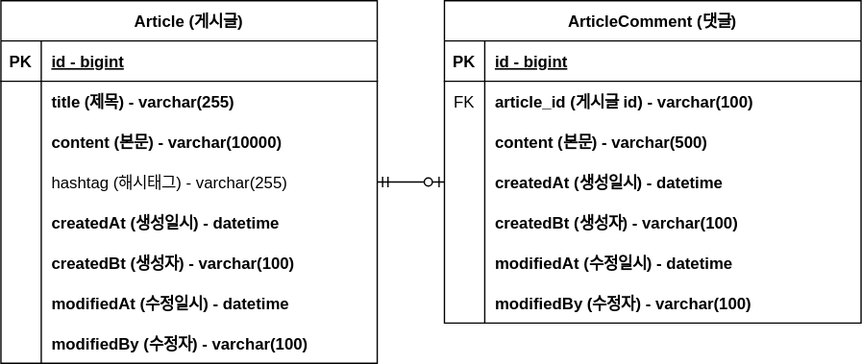
Above: document/project-board-erd.svg in thinkp0907/fastcampus-project-board (draw.io), before the change. Source tidied: cells renumbered, new cells last; positions are measured from the earlier drawing's top-left corner, leaving out a move shared by most shapes.
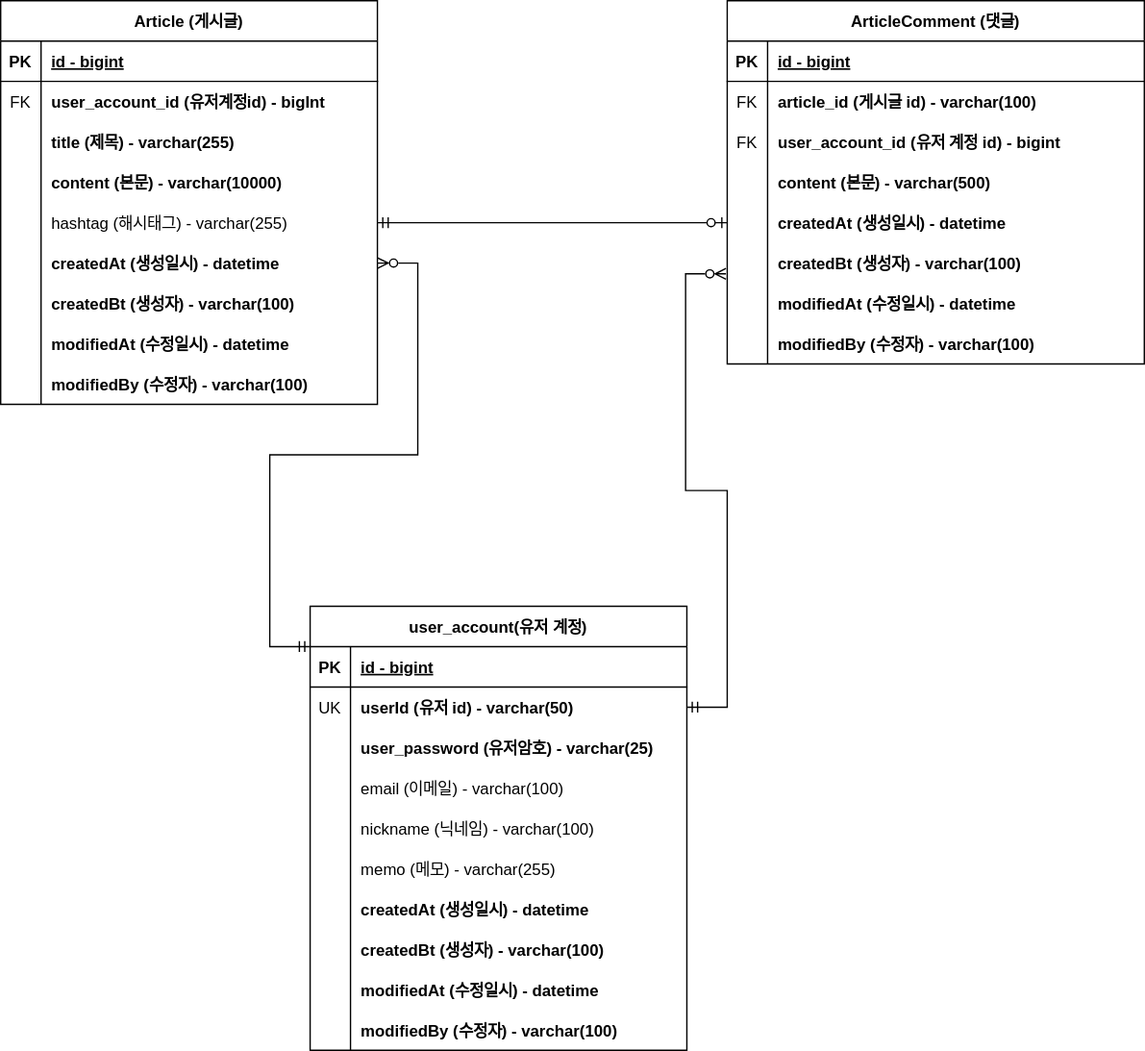
The same diagram one commit later.

Commit message:
#17 - 회원 계정 도메인 구현 및 erd 반영

What changed in the source:
```diff
@@ -3,7 +3,7 @@
     <mxCell id="0" />
     <mxCell id="1" parent="0" />
     <mxCell id="2" value="Article (게시글)" style="shape=table;startSize=30;rowLines=0;fontStyle=1;align=center;" parent="1" vertex="1">
-      <mxGeometry width="280" height="270" as="geometry" />
+      <mxGeometry x="-80" y="-100" width="280" height="300" as="geometry" />
     </mxCell>
     <mxCell id="3" style="shape=partialRectangle;fillColor=none;top=0;left=0;right=0;bottom=1;" parent="2" vertex="1">
       <mxGeometry y="30" width="280" height="30" as="geometry" />
@@ -14,8 +14,17 @@
     <mxCell id="5" value="id - bigint" style="shape=partialRectangle;overflow=hidden;fillColor=none;top=0;left=0;bottom=0;right=0;align=left;spacingLeft=6;fontStyle=5;" parent="3" vertex="1">
       <mxGeometry x="30" width="250" height="30" as="geometry" />
     </mxCell>
+    <mxCell id="50" style="shape=partialRectangle;fillColor=none;top=0;left=0;right=0;bottom=0;" parent="2" vertex="1">
+      <mxGeometry y="60" width="280" height="30" as="geometry" />
+    </mxCell>
+    <mxCell id="51" value="FK" style="shape=partialRectangle;overflow=hidden;fillColor=none;top=0;left=0;bottom=0;right=0;" parent="50" vertex="1">
+      <mxGeometry width="30" height="30" as="geometry" />
+    </mxCell>
+    <mxCell id="52" value="user_account_id (유저계정id) - bigInt" style="shape=partialRectangle;overflow=hidden;fillColor=none;top=0;left=0;bottom=0;right=0;align=left;spacingLeft=6;fontStyle=1;" parent="50" vertex="1">
+      <mxGeometry x="30" width="250" height="30" as="geometry" />
+    </mxCell>
     <mxCell id="6" style="shape=partialRectangle;fillColor=none;top=0;left=0;right=0;bottom=0;" parent="2" vertex="1">
-      <mxGeometry y="60" width="280" height="30" as="geometry" />
+      <mxGeometry y="90" width="280" height="30" as="geometry" />
     </mxCell>
     <mxCell id="7" style="shape=partialRectangle;overflow=hidden;fillColor=none;top=0;left=0;bottom=0;right=0;" parent="6" vertex="1">
       <mxGeometry width="30" height="30" as="geometry" />
@@ -24,7 +33,7 @@
       <mxGeometry x="30" width="250" height="30" as="geometry" />
     </mxCell>
     <mxCell id="9" style="shape=partialRectangle;fillColor=none;top=0;left=0;right=0;bottom=0;" parent="2" vertex="1">
-      <mxGeometry y="90" width="280" height="30" as="geometry" />
+      <mxGeometry y="120" width="280" height="30" as="geometry" />
     </mxCell>
     <mxCell id="10" style="shape=partialRectangle;overflow=hidden;fillColor=none;top=0;left=0;bottom=0;right=0;" parent="9" vertex="1">
       <mxGeometry width="30" height="30" as="geometry" />
@@ -33,7 +42,7 @@
       <mxGeometry x="30" width="250" height="30" as="geometry" />
     </mxCell>
     <mxCell id="12" style="shape=partialRectangle;fillColor=none;points=[[0,0.5],[1,0.5]];portConstraint=eastwest;top=0;left=0;right=0;bottom=0;" parent="2" vertex="1">
-      <mxGeometry y="120" width="280" height="30" as="geometry" />
+      <mxGeometry y="150" width="280" height="30" as="geometry" />
     </mxCell>
     <mxCell id="13" value="   " style="shape=partialRectangle;overflow=hidden;fillColor=none;top=0;left=0;bottom=0;right=0;" parent="12" vertex="1">
       <mxGeometry width="30" height="30" as="geometry" />
@@ -42,7 +51,7 @@
       <mxGeometry x="30" width="250" height="30" as="geometry" />
     </mxCell>
     <mxCell id="15" style="shape=partialRectangle;fillColor=none;points=[[0,0.5],[1,0.5]];portConstraint=eastwest;top=0;left=0;right=0;bottom=0;" parent="2" vertex="1">
-      <mxGeometry y="150" width="280" height="30" as="geometry" />
+      <mxGeometry y="180" width="280" height="30" as="geometry" />
     </mxCell>
     <mxCell id="16" value="   " style="shape=partialRectangle;overflow=hidden;fillColor=none;top=0;left=0;bottom=0;right=0;" parent="15" vertex="1">
       <mxGeometry width="30" height="30" as="geometry" />
@@ -51,7 +60,7 @@
       <mxGeometry x="30" width="250" height="30" as="geometry" />
     </mxCell>
     <mxCell id="18" style="shape=partialRectangle;fillColor=none;top=0;left=0;right=0;bottom=0;" parent="2" vertex="1">
-      <mxGeometry y="180" width="280" height="30" as="geometry" />
+      <mxGeometry y="210" width="280" height="30" as="geometry" />
     </mxCell>
     <mxCell id="19" value="   " style="shape=partialRectangle;overflow=hidden;fillColor=none;top=0;left=0;bottom=0;right=0;" parent="18" vertex="1">
       <mxGeometry width="30" height="30" as="geometry" />
@@ -60,7 +69,7 @@
       <mxGeometry x="30" width="250" height="30" as="geometry" />
     </mxCell>
     <mxCell id="21" style="shape=partialRectangle;fillColor=none;top=0;left=0;right=0;bottom=0;" parent="2" vertex="1">
-      <mxGeometry y="210" width="280" height="30" as="geometry" />
+      <mxGeometry y="240" width="280" height="30" as="geometry" />
     </mxCell>
     <mxCell id="22" value="   " style="shape=partialRectangle;overflow=hidden;fillColor=none;top=0;left=0;bottom=0;right=0;" parent="21" vertex="1">
       <mxGeometry width="30" height="30" as="geometry" />
@@ -69,7 +78,7 @@
       <mxGeometry x="30" width="250" height="30" as="geometry" />
     </mxCell>
     <mxCell id="24" style="shape=partialRectangle;fillColor=none;top=0;left=0;right=0;bottom=0;" parent="2" vertex="1">
-      <mxGeometry y="240" width="280" height="30" as="geometry" />
+      <mxGeometry y="270" width="280" height="30" as="geometry" />
     </mxCell>
     <mxCell id="25" value="   " style="shape=partialRectangle;overflow=hidden;fillColor=none;top=0;left=0;bottom=0;right=0;" parent="24" vertex="1">
       <mxGeometry width="30" height="30" as="geometry" />
@@ -78,7 +87,7 @@
       <mxGeometry x="30" width="250" height="30" as="geometry" />
     </mxCell>
     <mxCell id="27" value="ArticleComment (댓글)" style="shape=table;startSize=30;rowLines=0;fontStyle=1;align=center;" parent="1" vertex="1">
-      <mxGeometry x="330" width="310" height="240" as="geometry" />
+      <mxGeometry x="460" y="-100" width="310" height="270" as="geometry" />
     </mxCell>
     <mxCell id="28" style="shape=partialRectangle;fillColor=none;top=0;left=0;right=0;bottom=1;" parent="27" vertex="1">
       <mxGeometry y="30" width="310" height="30" as="geometry" />
@@ -89,17 +98,26 @@
     <mxCell id="30" value="id - bigint" style="shape=partialRectangle;overflow=hidden;fillColor=none;top=0;left=0;bottom=0;right=0;align=left;spacingLeft=6;fontStyle=5;" parent="28" vertex="1">
       <mxGeometry x="30" width="280" height="30" as="geometry" />
     </mxCell>
+    <mxCell id="53" style="shape=partialRectangle;fillColor=none;top=0;left=0;right=0;bottom=0;" parent="27" vertex="1">
+      <mxGeometry y="60" width="310" height="30" as="geometry" />
+    </mxCell>
+    <mxCell id="54" value="FK" style="shape=partialRectangle;overflow=hidden;fillColor=none;top=0;left=0;bottom=0;right=0;" parent="53" vertex="1">
+      <mxGeometry width="30" height="30" as="geometry" />
+    </mxCell>
+    <mxCell id="55" value="article_id (게시글 id) - varchar(100)" style="shape=partialRectangle;overflow=hidden;fillColor=none;top=0;left=0;bottom=0;right=0;align=left;spacingLeft=6;fontStyle=1;" parent="53" vertex="1">
+      <mxGeometry x="30" width="280" height="30" as="geometry" />
+    </mxCell>
     <mxCell id="31" style="shape=partialRectangle;fillColor=none;top=0;left=0;right=0;bottom=0;" parent="27" vertex="1">
-      <mxGeometry y="60" width="310" height="30" as="geometry" />
+      <mxGeometry y="90" width="310" height="30" as="geometry" />
     </mxCell>
     <mxCell id="32" value="FK" style="shape=partialRectangle;overflow=hidden;fillColor=none;top=0;left=0;bottom=0;right=0;" parent="31" vertex="1">
       <mxGeometry width="30" height="30" as="geometry" />
     </mxCell>
-    <mxCell id="33" value="article_id (게시글 id) - varchar(100)" style="shape=partialRectangle;overflow=hidden;fillColor=none;top=0;left=0;bottom=0;right=0;align=left;spacingLeft=6;fontStyle=1;" parent="31" vertex="1">
+    <mxCell id="33" value="user_account_id (유저 계정 id) - bigint" style="shape=partialRectangle;overflow=hidden;fillColor=none;top=0;left=0;bottom=0;right=0;align=left;spacingLeft=6;fontStyle=1;" parent="31" vertex="1">
       <mxGeometry x="30" width="280" height="30" as="geometry" />
     </mxCell>
     <mxCell id="34" style="shape=partialRectangle;fillColor=none;top=0;left=0;right=0;bottom=0;" parent="27" vertex="1">
-      <mxGeometry y="90" width="310" height="30" as="geometry" />
+      <mxGeometry y="120" width="310" height="30" as="geometry" />
     </mxCell>
     <mxCell id="35" style="shape=partialRectangle;overflow=hidden;fillColor=none;top=0;left=0;bottom=0;right=0;" parent="34" vertex="1">
       <mxGeometry width="30" height="30" as="geometry" />
@@ -108,7 +126,7 @@
       <mxGeometry x="30" width="280" height="30" as="geometry" />
     </mxCell>
     <mxCell id="37" style="shape=partialRectangle;fillColor=none;points=[[0,0.5],[1,0.5]];portConstraint=eastwest;top=0;left=0;right=0;bottom=0;" parent="27" vertex="1">
-      <mxGeometry y="120" width="310" height="30" as="geometry" />
+      <mxGeometry y="150" width="310" height="30" as="geometry" />
     </mxCell>
     <mxCell id="38" value="   " style="shape=partialRectangle;overflow=hidden;fillColor=none;top=0;left=0;bottom=0;right=0;" parent="37" vertex="1">
       <mxGeometry width="30" height="30" as="geometry" />
@@ -117,7 +135,7 @@
       <mxGeometry x="30" width="280" height="30" as="geometry" />
     </mxCell>
     <mxCell id="40" style="shape=partialRectangle;fillColor=none;points=[[0,0.5],[1,0.5]];portConstraint=eastwest;top=0;left=0;right=0;bottom=0;" parent="27" vertex="1">
-      <mxGeometry y="150" width="310" height="30" as="geometry" />
+      <mxGeometry y="180" width="310" height="30" as="geometry" />
     </mxCell>
     <mxCell id="41" value="   " style="shape=partialRectangle;overflow=hidden;fillColor=none;top=0;left=0;bottom=0;right=0;" parent="40" vertex="1">
       <mxGeometry width="30" height="30" as="geometry" />
@@ -126,7 +144,7 @@
       <mxGeometry x="30" width="280" height="30" as="geometry" />
     </mxCell>
     <mxCell id="43" style="shape=partialRectangle;fillColor=none;top=0;left=0;right=0;bottom=0;" parent="27" vertex="1">
-      <mxGeometry y="180" width="310" height="30" as="geometry" />
+      <mxGeometry y="210" width="310" height="30" as="geometry" />
     </mxCell>
     <mxCell id="44" value="   " style="shape=partialRectangle;overflow=hidden;fillColor=none;top=0;left=0;bottom=0;right=0;" parent="43" vertex="1">
       <mxGeometry width="30" height="30" as="geometry" />
@@ -135,7 +153,7 @@
       <mxGeometry x="30" width="280" height="30" as="geometry" />
     </mxCell>
     <mxCell id="46" style="shape=partialRectangle;fillColor=none;top=0;left=0;right=0;bottom=0;" parent="27" vertex="1">
-      <mxGeometry y="210" width="310" height="30" as="geometry" />
+      <mxGeometry y="240" width="310" height="30" as="geometry" />
     </mxCell>
     <mxCell id="47" value="   " style="shape=partialRectangle;overflow=hidden;fillColor=none;top=0;left=0;bottom=0;right=0;" parent="46" vertex="1">
       <mxGeometry width="30" height="30" as="geometry" />
@@ -146,5 +164,106 @@
     <mxCell id="49" style="edgeStyle=entityRelationEdgeStyle;fontSize=12;html=1;endArrow=ERzeroToOne;startArrow=ERmandOne;rounded=0;exitX=1;exitY=0.5;exitDx=0;exitDy=0;entryX=0;entryY=0.5;entryDx=0;entryDy=0;" parent="1" edge="1" source="12" target="37">
       <mxGeometry relative="1" as="geometry" />
     </mxCell>
+    <mxCell id="56" value="user_account(유저 계정)" style="shape=table;startSize=30;rowLines=0;fontStyle=1;align=center;" parent="1" vertex="1">
+      <mxGeometry x="150" y="350" width="280" height="330" as="geometry" />
+    </mxCell>
+    <mxCell id="57" style="shape=partialRectangle;fillColor=none;top=0;left=0;right=0;bottom=1;" parent="56" vertex="1">
+      <mxGeometry y="30" width="280" height="30" as="geometry" />
+    </mxCell>
+    <mxCell id="58" value="PK" style="shape=partialRectangle;overflow=hidden;fillColor=none;top=0;left=0;bottom=0;right=0;fontStyle=1;" parent="57" vertex="1">
+      <mxGeometry width="30" height="30" as="geometry" />
+    </mxCell>
+    <mxCell id="59" value="id - bigint" style="shape=partialRectangle;overflow=hidden;fillColor=none;top=0;left=0;bottom=0;right=0;align=left;spacingLeft=6;fontStyle=5;" parent="57" vertex="1">
+      <mxGeometry x="30" width="250" height="30" as="geometry" />
+    </mxCell>
+    <mxCell id="60" style="shape=partialRectangle;fillColor=none;points=[[0,0.5],[1,0.5]];portConstraint=eastwest;top=0;left=0;right=0;bottom=0;" parent="56" vertex="1">
+      <mxGeometry y="60" width="280" height="30" as="geometry" />
+    </mxCell>
+    <mxCell id="61" value="UK" style="shape=partialRectangle;overflow=hidden;fillColor=none;top=0;left=0;bottom=0;right=0;" parent="60" vertex="1">
+      <mxGeometry width="30" height="30" as="geometry" />
+    </mxCell>
+    <mxCell id="62" value="userId (유저 id) - varchar(50)" style="shape=partialRectangle;overflow=hidden;fillColor=none;top=0;left=0;bottom=0;right=0;align=left;spacingLeft=6;fontStyle=1;" parent="60" vertex="1">
+      <mxGeometry x="30" width="250" height="30" as="geometry" />
+    </mxCell>
+    <mxCell id="63" style="shape=partialRectangle;fillColor=none;top=0;left=0;right=0;bottom=0;" parent="56" vertex="1">
+      <mxGeometry y="90" width="280" height="30" as="geometry" />
+    </mxCell>
+    <mxCell id="64" style="shape=partialRectangle;overflow=hidden;fillColor=none;top=0;left=0;bottom=0;right=0;" parent="63" vertex="1">
+      <mxGeometry width="30" height="30" as="geometry" />
+    </mxCell>
+    <mxCell id="65" value="user_password (유저암호) - varchar(25)" style="shape=partialRectangle;overflow=hidden;fillColor=none;top=0;left=0;bottom=0;right=0;align=left;spacingLeft=6;fontStyle=1;" parent="63" vertex="1">
+      <mxGeometry x="30" width="250" height="30" as="geometry" />
+    </mxCell>
+    <mxCell id="66" style="shape=partialRectangle;fillColor=none;top=0;left=0;right=0;bottom=0;" parent="56" vertex="1">
+      <mxGeometry y="120" width="280" height="30" as="geometry" />
+    </mxCell>
+    <mxCell id="67" value="   " style="shape=partialRectangle;overflow=hidden;fillColor=none;top=0;left=0;bottom=0;right=0;" parent="66" vertex="1">
+      <mxGeometry width="30" height="30" as="geometry" />
+    </mxCell>
+    <mxCell id="68" value="email (이메일) - varchar(100)" style="shape=partialRectangle;overflow=hidden;fillColor=none;top=0;left=0;bottom=0;right=0;align=left;spacingLeft=6;" parent="66" vertex="1">
+      <mxGeometry x="30" width="250" height="30" as="geometry" />
+    </mxCell>
+    <mxCell id="69" style="shape=partialRectangle;fillColor=none;top=0;left=0;right=0;bottom=0;" parent="56" vertex="1">
+      <mxGeometry y="150" width="280" height="30" as="geometry" />
+    </mxCell>
+    <mxCell id="70" value="   " style="shape=partialRectangle;overflow=hidden;fillColor=none;top=0;left=0;bottom=0;right=0;" parent="69" vertex="1">
+      <mxGeometry width="30" height="30" as="geometry" />
+    </mxCell>
+    <mxCell id="71" value="nickname (닉네임) - varchar(100)" style="shape=partialRectangle;overflow=hidden;fillColor=none;top=0;left=0;bottom=0;right=0;align=left;spacingLeft=6;" parent="69" vertex="1">
+      <mxGeometry x="30" width="250" height="30" as="geometry" />
+    </mxCell>
+    <mxCell id="72" style="shape=partialRectangle;fillColor=none;top=0;left=0;right=0;bottom=0;" parent="56" vertex="1">
+      <mxGeometry y="180" width="280" height="30" as="geometry" />
+    </mxCell>
+    <mxCell id="73" value="   " style="shape=partialRectangle;overflow=hidden;fillColor=none;top=0;left=0;bottom=0;right=0;" parent="72" vertex="1">
+      <mxGeometry width="30" height="30" as="geometry" />
+    </mxCell>
+    <mxCell id="74" value="memo (메모) - varchar(255)" style="shape=partialRectangle;overflow=hidden;fillColor=none;top=0;left=0;bottom=0;right=0;align=left;spacingLeft=6;" parent="72" vertex="1">
+      <mxGeometry x="30" width="250" height="30" as="geometry" />
+    </mxCell>
+    <mxCell id="75" style="shape=partialRectangle;fillColor=none;top=0;left=0;right=0;bottom=0;" parent="56" vertex="1">
+      <mxGeometry y="210" width="280" height="30" as="geometry" />
+    </mxCell>
+    <mxCell id="76" value="   " style="shape=partialRectangle;overflow=hidden;fillColor=none;top=0;left=0;bottom=0;right=0;" parent="75" vertex="1">
+      <mxGeometry width="30" height="30" as="geometry" />
+    </mxCell>
+    <mxCell id="77" value="createdAt (생성일시) - datetime" style="shape=partialRectangle;overflow=hidden;fillColor=none;top=0;left=0;bottom=0;right=0;align=left;spacingLeft=6;fontStyle=1;" parent="75" vertex="1">
+      <mxGeometry x="30" width="250" height="30" as="geometry" />
+    </mxCell>
+    <mxCell id="78" style="shape=partialRectangle;fillColor=none;top=0;left=0;right=0;bottom=0;" parent="56" vertex="1">
+      <mxGeometry y="240" width="280" height="30" as="geometry" />
+    </mxCell>
+    <mxCell id="79" value="   " style="shape=partialRectangle;overflow=hidden;fillColor=none;top=0;left=0;bottom=0;right=0;" parent="78" vertex="1">
+      <mxGeometry width="30" height="30" as="geometry" />
+    </mxCell>
+    <mxCell id="80" value="createdBt (생성자) - varchar(100)" style="shape=partialRectangle;overflow=hidden;fillColor=none;top=0;left=0;bottom=0;right=0;align=left;spacingLeft=6;fontStyle=1;" parent="78" vertex="1">
+      <mxGeometry x="30" width="250" height="30" as="geometry" />
+    </mxCell>
+    <mxCell id="81" style="shape=partialRectangle;fillColor=none;top=0;left=0;right=0;bottom=0;" parent="56" vertex="1">
+      <mxGeometry y="270" width="280" height="30" as="geometry" />
+    </mxCell>
+    <mxCell id="82" value="   " style="shape=partialRectangle;overflow=hidden;fillColor=none;top=0;left=0;bottom=0;right=0;" parent="81" vertex="1">
+      <mxGeometry width="30" height="30" as="geometry" />
+    </mxCell>
+    <mxCell id="83" value="modifiedAt (수정일시) - datetime" style="shape=partialRectangle;overflow=hidden;fillColor=none;top=0;left=0;bottom=0;right=0;align=left;spacingLeft=6;fontStyle=1;" parent="81" vertex="1">
+      <mxGeometry x="30" width="250" height="30" as="geometry" />
+    </mxCell>
+    <mxCell id="84" style="shape=partialRectangle;fillColor=none;top=0;left=0;right=0;bottom=0;" parent="56" vertex="1">
+      <mxGeometry y="300" width="280" height="30" as="geometry" />
+    </mxCell>
+    <mxCell id="85" value="   " style="shape=partialRectangle;overflow=hidden;fillColor=none;top=0;left=0;bottom=0;right=0;" parent="84" vertex="1">
+      <mxGeometry width="30" height="30" as="geometry" />
+    </mxCell>
+    <mxCell id="86" value="modifiedBy (수정자) - varchar(100)" style="shape=partialRectangle;overflow=hidden;fillColor=none;top=0;left=0;bottom=0;right=0;align=left;spacingLeft=6;fontStyle=1;" parent="84" vertex="1">
+      <mxGeometry x="30" width="250" height="30" as="geometry" />
+    </mxCell>
+    <mxCell id="87" style="edgeStyle=entityRelationEdgeStyle;fontSize=12;html=1;endArrow=ERmandOne;startArrow=ERzeroToMany;rounded=0;exitX=1;exitY=0.5;exitDx=0;exitDy=0;startFill=0;endFill=0;" parent="1" edge="1" source="15">
+      <mxGeometry relative="1" as="geometry">
+        <mxPoint x="150" y="380" as="targetPoint" />
+      </mxGeometry>
+    </mxCell>
+    <mxCell id="88" style="edgeStyle=entityRelationEdgeStyle;fontSize=12;html=1;endArrow=ERmandOne;startArrow=ERzeroToMany;rounded=0;exitX=-0.003;exitY=0.767;exitDx=0;exitDy=0;startFill=0;endFill=0;exitPerimeter=0;entryX=1;entryY=0.5;entryDx=0;entryDy=0;" parent="1" edge="1" source="40" target="60">
+      <mxGeometry relative="1" as="geometry" />
+    </mxCell>
   </root>
 </mxGraphModel>
```
